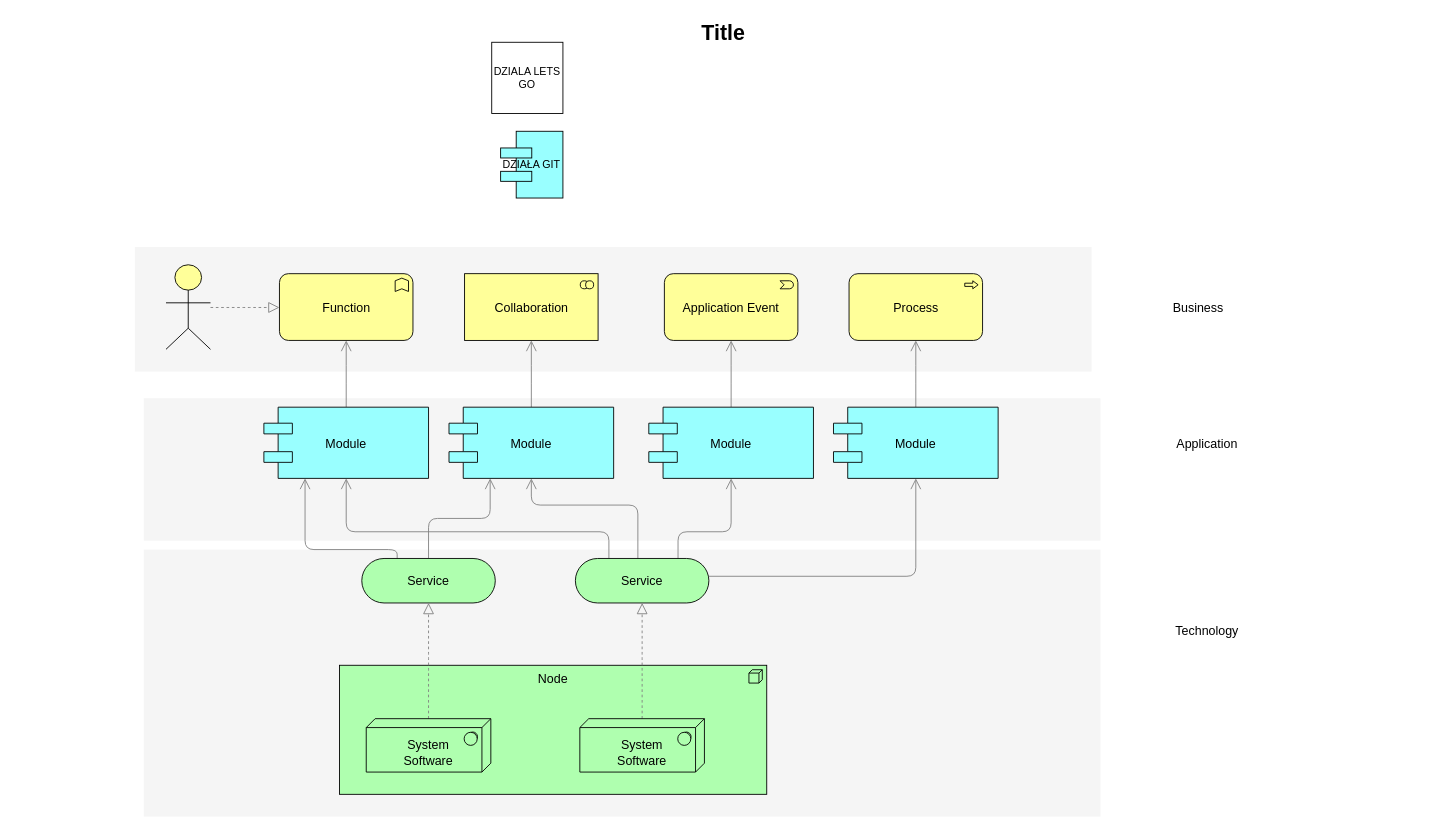
stvoreku/ais keeps this draw.io diagram as page "Page-1" (1 of 3) of projekt2AIS.drawio. Above is the earlier version. Source tidied: cells renumbered, new cells numbered last; positions are measured from the earlier drawing's top-left corner, leaving out a move shared by most shapes. Both pictures are drawn from the tidied source at 89%, with x=0, y=0 at pixel (15, 15).
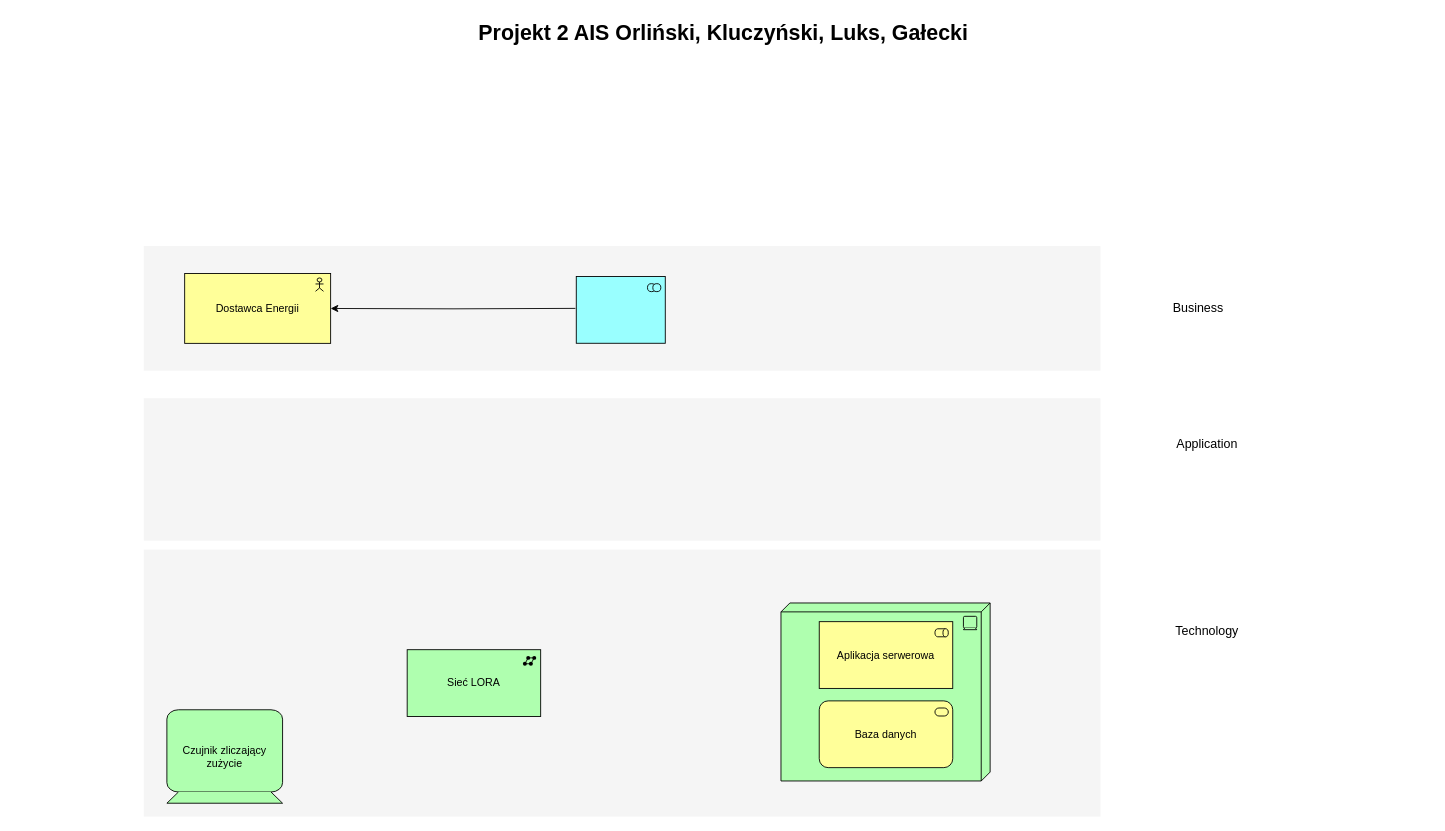
After the change.

The edit, as a diff of the source:
```diff
@@
     <mxCell id="4" style="whiteSpace=wrap;html=1;strokeColor=none;strokeWidth=1;fillColor=#f5f5f5;fontSize=14;" parent="1" vertex="1">
-      <mxGeometry x="134" y="260" width="1075" height="140" as="geometry" />
+      <mxGeometry x="144" y="259" width="1075" height="140" as="geometry" />
     </mxCell>
-    <mxCell id="5" value="Node" style="html=1;whiteSpace=wrap;fillColor=#AFFFAF;shape=mxgraph.archimate3.application;appType=node;archiType=square;fontSize=14;verticalAlign=top;" parent="1" vertex="1">
-      <mxGeometry x="364" y="730" width="480" height="145" as="geometry" />
-    </mxCell>
-    <mxCell id="6" style="edgeStyle=elbowEdgeStyle;rounded=1;elbow=vertical;html=1;startSize=10;endArrow=block;endFill=0;endSize=10;jettySize=auto;strokeColor=#808080;fontSize=14;dashed=1;" parent="1" edge="1" source="7" target="12">
-      <mxGeometry relative="1" as="geometry" />
-    </mxCell>
-    <mxCell id="7" value="&lt;div&gt;&lt;br&gt;&lt;/div&gt;System&lt;div&gt;Software&lt;/div&gt;" style="html=1;whiteSpace=wrap;fillColor=#AFFFAF;shape=mxgraph.archimate3.tech;techType=sysSw;fontSize=14;" parent="1" vertex="1">
-      <mxGeometry x="394" y="790" width="140" height="60" as="geometry" />
-    </mxCell>
-    <mxCell id="8" style="edgeStyle=elbowEdgeStyle;rounded=1;elbow=vertical;html=1;startSize=10;endArrow=block;endFill=0;endSize=10;jettySize=auto;strokeColor=#808080;fontSize=14;dashed=1;" parent="1" edge="1" source="9" target="17">
-      <mxGeometry relative="1" as="geometry" />
-    </mxCell>
-    <mxCell id="9" value="&lt;div&gt;&lt;br&gt;&lt;/div&gt;&lt;div&gt;&lt;span&gt;System&lt;/span&gt;&lt;div&gt;Software&lt;/div&gt;&lt;/div&gt;" style="html=1;whiteSpace=wrap;fillColor=#AFFFAF;shape=mxgraph.archimate3.tech;techType=sysSw;fontSize=14;" parent="1" vertex="1">
-      <mxGeometry x="634" y="790" width="140" height="60" as="geometry" />
-    </mxCell>
-    <mxCell id="10" style="edgeStyle=elbowEdgeStyle;rounded=1;elbow=vertical;html=1;startSize=10;endArrow=open;endFill=0;endSize=10;jettySize=auto;strokeColor=#808080;fontSize=14;entryX=0.25;entryY=1;" parent="1" edge="1" source="12" target="21">
-      <mxGeometry relative="1" as="geometry" />
-    </mxCell>
-    <mxCell id="11" style="edgeStyle=elbowEdgeStyle;rounded=1;elbow=vertical;html=1;startSize=10;endArrow=open;endFill=0;endSize=10;jettySize=auto;strokeColor=#808080;fontSize=14;entryX=0.25;entryY=1;exitX=0.265;exitY=0.007;exitPerimeter=0;" parent="1" edge="1" source="12" target="19">
-      <mxGeometry relative="1" as="geometry">
-        <Array as="points">
-          <mxPoint x="372" y="600" />
-        </Array>
-      </mxGeometry>
-    </mxCell>
-    <mxCell id="12" value="Service" style="html=1;whiteSpace=wrap;fillColor=#AFFFAF;shape=mxgraph.archimate3.service;fontSize=14;" parent="1" vertex="1">
-      <mxGeometry x="389" y="610" width="150" height="50" as="geometry" />
-    </mxCell>
-    <mxCell id="13" style="edgeStyle=elbowEdgeStyle;rounded=1;elbow=vertical;html=1;startSize=10;endArrow=open;endFill=0;endSize=10;jettySize=auto;strokeColor=#808080;fontSize=14;" parent="1" edge="1" source="17" target="25">
-      <mxGeometry relative="1" as="geometry">
-        <Array as="points">
-          <mxPoint x="859" y="630" />
-        </Array>
-      </mxGeometry>
-    </mxCell>
-    <mxCell id="14" style="edgeStyle=elbowEdgeStyle;rounded=1;elbow=vertical;html=1;startSize=10;endArrow=open;endFill=0;endSize=10;jettySize=auto;strokeColor=#808080;fontSize=14;entryX=0.5;entryY=1;exitX=0.769;exitY=0.025;exitPerimeter=0;" parent="1" edge="1" source="17" target="23">
-      <mxGeometry relative="1" as="geometry">
-        <Array as="points">
-          <mxPoint x="759" y="580" />
-        </Array>
-      </mxGeometry>
-    </mxCell>
-    <mxCell id="15" style="edgeStyle=elbowEdgeStyle;rounded=1;elbow=vertical;html=1;startSize=10;endArrow=open;endFill=0;endSize=10;jettySize=auto;strokeColor=#808080;fontSize=14;entryX=0.5;entryY=1;exitX=0.468;exitY=0.025;exitPerimeter=0;" parent="1" edge="1" source="17" target="21">
-      <mxGeometry relative="1" as="geometry">
-        <Array as="points">
-          <mxPoint x="649" y="550" />
-        </Array>
-      </mxGeometry>
-    </mxCell>
-    <mxCell id="16" style="edgeStyle=elbowEdgeStyle;rounded=1;elbow=vertical;html=1;startSize=10;endArrow=open;endFill=0;endSize=10;jettySize=auto;strokeColor=#808080;fontSize=14;exitX=0.251;exitY=0.002;exitPerimeter=0;" parent="1" edge="1" source="17" target="19">
-      <mxGeometry relative="1" as="geometry">
-        <Array as="points">
-          <mxPoint x="539" y="580" />
-        </Array>
-      </mxGeometry>
-    </mxCell>
-    <mxCell id="17" value="Service" style="html=1;whiteSpace=wrap;fillColor=#AFFFAF;shape=mxgraph.archimate3.service;fontSize=14;" parent="1" vertex="1">
-      <mxGeometry x="629" y="610" width="150" height="50" as="geometry" />
-    </mxCell>
-    <mxCell id="18" style="edgeStyle=elbowEdgeStyle;rounded=1;elbow=vertical;html=1;startSize=10;endArrow=open;endFill=0;endSize=10;jettySize=auto;strokeColor=#808080;fontSize=14;" parent="1" edge="1" source="19" target="26">
-      <mxGeometry relative="1" as="geometry" />
-    </mxCell>
-    <mxCell id="19" value="Module" style="shape=component;align=center;fillColor=#99ffff;gradientColor=none;fontSize=14;" parent="1" vertex="1">
-      <mxGeometry x="279" y="440" width="185" height="80" as="geometry" />
-    </mxCell>
-    <mxCell id="20" style="edgeStyle=elbowEdgeStyle;rounded=1;elbow=vertical;html=1;startSize=10;endArrow=open;endFill=0;endSize=10;jettySize=auto;strokeColor=#808080;fontSize=14;" parent="1" edge="1" source="21" target="27">
-      <mxGeometry relative="1" as="geometry" />
-    </mxCell>
-    <mxCell id="21" value="Module" style="shape=component;align=center;fillColor=#99ffff;gradientColor=none;fontSize=14;" parent="1" vertex="1">
-      <mxGeometry x="487" y="440" width="185" height="80" as="geometry" />
-    </mxCell>
-    <mxCell id="22" style="edgeStyle=elbowEdgeStyle;rounded=1;elbow=vertical;html=1;startSize=10;endArrow=open;endFill=0;endSize=10;jettySize=auto;strokeColor=#808080;fontSize=14;" parent="1" edge="1" source="23" target="28">
-      <mxGeometry relative="1" as="geometry" />
-    </mxCell>
-    <mxCell id="23" value="Module" style="shape=component;align=center;fillColor=#99ffff;gradientColor=none;fontSize=14;" parent="1" vertex="1">
-      <mxGeometry x="711.5" y="440" width="185" height="80" as="geometry" />
-    </mxCell>
-    <mxCell id="24" style="edgeStyle=elbowEdgeStyle;rounded=1;elbow=vertical;html=1;startSize=10;endArrow=open;endFill=0;endSize=10;jettySize=auto;strokeColor=#808080;fontSize=14;" parent="1" edge="1" source="25" target="29">
-      <mxGeometry relative="1" as="geometry" />
-    </mxCell>
-    <mxCell id="25" value="Module" style="shape=component;align=center;fillColor=#99ffff;gradientColor=none;fontSize=14;" parent="1" vertex="1">
-      <mxGeometry x="919" y="440" width="185" height="80" as="geometry" />
-    </mxCell>
-    <mxCell id="26" value="Function" style="html=1;whiteSpace=wrap;fillColor=#ffff99;shape=mxgraph.archimate3.application;appType=func;archiType=rounded;fontSize=14;" parent="1" vertex="1">
-      <mxGeometry x="296.5" y="290" width="150" height="75" as="geometry" />
-    </mxCell>
-    <mxCell id="27" value="Collaboration" style="html=1;whiteSpace=wrap;fillColor=#ffff99;shape=mxgraph.archimate3.application;appType=collab;archiType=square;fontSize=14;" parent="1" vertex="1">
-      <mxGeometry x="504.5" y="290" width="150" height="75" as="geometry" />
-    </mxCell>
-    <mxCell id="28" value="Application Event" style="html=1;whiteSpace=wrap;fillColor=#ffff99;shape=mxgraph.archimate3.application;appType=event;archiType=rounded;fontSize=14;" parent="1" vertex="1">
-      <mxGeometry x="729" y="290" width="150" height="75" as="geometry" />
-    </mxCell>
-    <mxCell id="29" value="Process" style="html=1;whiteSpace=wrap;fillColor=#ffff99;shape=mxgraph.archimate3.application;appType=proc;archiType=rounded;fontSize=14;" parent="1" vertex="1">
-      <mxGeometry x="936.5" y="290" width="150" height="75" as="geometry" />
-    </mxCell>
@@
-    <mxCell id="33" style="edgeStyle=elbowEdgeStyle;rounded=1;elbow=vertical;html=1;dashed=1;startSize=10;endArrow=block;endFill=0;endSize=10;jettySize=auto;strokeColor=#808080;fontSize=14;" parent="1" edge="1" source="34" target="26">
-      <mxGeometry relative="1" as="geometry" />
-    </mxCell>
-    <mxCell id="34" style="html=1;whiteSpace=wrap;fillColor=#ffff99;shape=mxgraph.archimate3.actor;fontSize=14;" parent="1" vertex="1">
-      <mxGeometry x="169" y="280" width="50" height="95" as="geometry" />
-    </mxCell>
-    <mxCell id="35" value="Title" style="text;strokeColor=none;fillColor=none;html=1;fontSize=24;fontStyle=1;verticalAlign=middle;align=center;" parent="1" vertex="1">
+    <mxCell id="35" value="Projekt 2 AIS Orliński, Kluczyński, Luks, Gałecki" style="text;strokeColor=none;fillColor=none;html=1;fontSize=24;fontStyle=1;verticalAlign=middle;align=center;" parent="1" vertex="1">
       <mxGeometry width="1590" height="40" as="geometry" />
     </mxCell>
-    <mxCell id="36" value="DZIAŁA GIT" style="html=1;whiteSpace=wrap;fillColor=#99ffff;shape=mxgraph.archimate3.component;" parent="1" vertex="1">
-      <mxGeometry x="545" y="130" width="70" height="75" as="geometry" />
-    </mxCell>
-    <mxCell id="37" value="DZIALA LETS GO" style="whiteSpace=wrap;html=1;" parent="1" vertex="1">
-      <mxGeometry x="535" y="30" width="80" height="80" as="geometry" />
-    </mxCell>
+    <mxCell id="38" value="Dostawca Energii" style="html=1;outlineConnect=0;whiteSpace=wrap;fillColor=#ffff99;shape=mxgraph.archimate3.application;appType=actor;archiType=square;" parent="1" vertex="1">
+      <mxGeometry x="190" y="289.8" width="164" height="78.5" as="geometry" />
+    </mxCell>
+    <mxCell id="39" style="edgeStyle=orthogonalEdgeStyle;rounded=0;orthogonalLoop=1;jettySize=auto;html=1;entryX=1.096;entryY=0.482;entryDx=0;entryDy=0;entryPerimeter=0;" parent="1" edge="1">
+      <mxGeometry relative="1" as="geometry">
+        <mxPoint x="555" y="329" as="sourcePoint" />
+        <mxPoint x="555" y="329" as="targetPoint" />
+      </mxGeometry>
+    </mxCell>
+    <mxCell id="40" value="Czujnik zliczający zużycie" style="html=1;whiteSpace=wrap;fillColor=#AFFFAF;shape=mxgraph.archimate3.device;" parent="1" vertex="1">
+      <mxGeometry x="170" y="780" width="130" height="105" as="geometry" />
+    </mxCell>
+    <mxCell id="41" style="edgeStyle=orthogonalEdgeStyle;rounded=0;jettySize=auto;html=1;exitX=0;exitY=0.5;exitDx=0;exitDy=0;exitPerimeter=0;" parent="1" edge="1" target="38">
+      <mxGeometry relative="1" as="geometry">
+        <mxPoint x="629" y="329" as="sourcePoint" />
+      </mxGeometry>
+    </mxCell>
+    <mxCell id="42" value="Sieć LORA" style="html=1;whiteSpace=wrap;fillColor=#AFFFAF;shape=mxgraph.archimate3.application;appType=netw;archiType=square;" parent="1" vertex="1">
+      <mxGeometry x="440" y="712.5" width="150" height="75" as="geometry" />
+    </mxCell>
+    <mxCell id="43" style="html=1;whiteSpace=wrap;fillColor=#AFFFAF;shape=mxgraph.archimate3.tech;techType=device;" parent="1" vertex="1">
+      <mxGeometry x="860" y="660" width="235" height="200" as="geometry" />
+    </mxCell>
+    <mxCell id="44" style="html=1;whiteSpace=wrap;fillColor=#99ffff;shape=mxgraph.archimate.application;appType=collab;" parent="1" vertex="1">
+      <mxGeometry x="630" y="293.2" width="100" height="75" as="geometry" />
+    </mxCell>
+    <mxCell id="45" value="Baza danych" style="html=1;whiteSpace=wrap;fillColor=#ffff99;shape=mxgraph.archimate3.application;appType=serv;archiType=rounded;" parent="1" vertex="1">
+      <mxGeometry x="903" y="770" width="150" height="75" as="geometry" />
+    </mxCell>
+    <mxCell id="46" value="Aplikacja serwerowa" style="html=1;whiteSpace=wrap;fillColor=#ffff99;shape=mxgraph.archimate3.application;appType=role;archiType=square;" parent="1" vertex="1">
+      <mxGeometry x="903" y="681" width="150" height="75" as="geometry" />
+    </mxCell>
```
